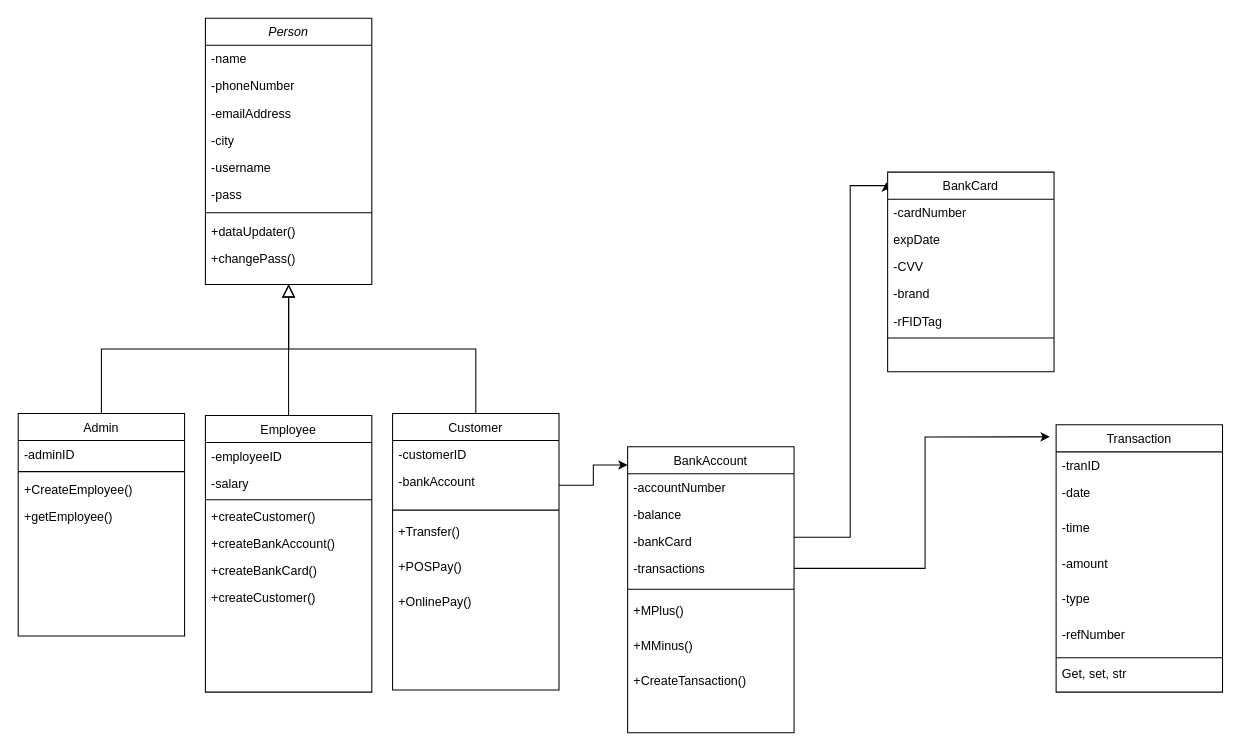
This is OOP Python/Project - Bank/bank.drawio from ladamtla/School, a draw.io file, before an edit. Source tidied: cells renumbered, new cells numbered last; positions are measured from the earlier drawing's top-left corner, leaving out a move shared by most shapes. Both pictures are drawn from the tidied source at 104%, with x=0, y=0 at pixel (18, 18).
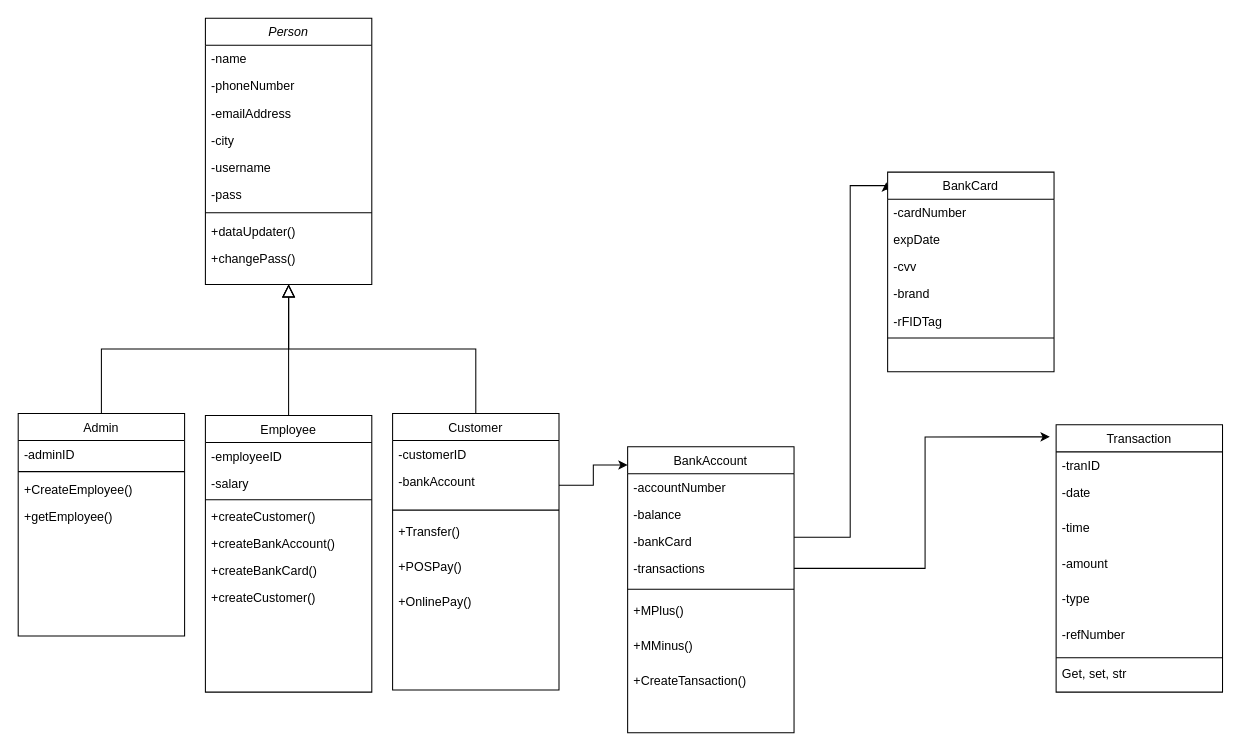
After the change.

Unchanged cells that the change refers to:
```xml
<mxCell id="46" value="BankCard" style="swimlane;fontStyle=0;align=center;verticalAlign=top;horizontal=1;startSize=26;rounded=0;shadow=0;strokeWidth=1;" parent="1" vertex="1">
  <mxGeometry x="836" y="148" width="160" height="192" as="geometry" />
</mxCell>
```

Change to the diagram source:
```diff
@@
-    <mxCell id="49" value="-CVV" style="text;align=left;verticalAlign=top;spacingLeft=4;spacingRight=4;overflow=hidden;rounded=0;" parent="46" vertex="1">
+    <mxCell id="49" value="-cvv" style="text;align=left;verticalAlign=top;spacingLeft=4;spacingRight=4;overflow=hidden;rounded=0;" parent="46" vertex="1">
       <mxGeometry y="78" width="160" height="26" as="geometry" />
     </mxCell>
```
